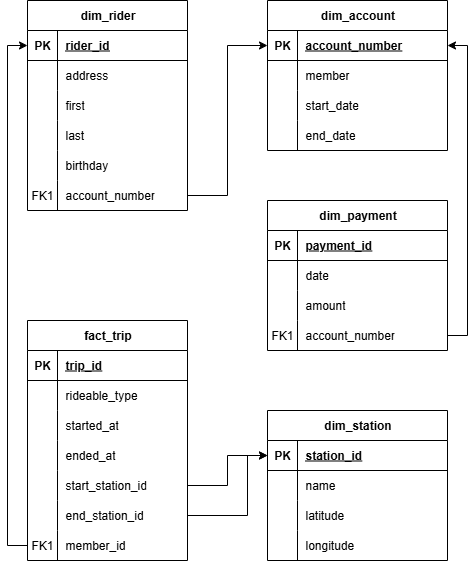
This is Task_02 Design a star schema.png from dannymirxa/Udacity_Data_Engineering_Bike_Share_Data_Analytics, a draw.io export, as it was before one commit. Source tidied: cells renumbered, new cells last; positions are measured from the earlier drawing's top-left corner, leaving out a move shared by most shapes.
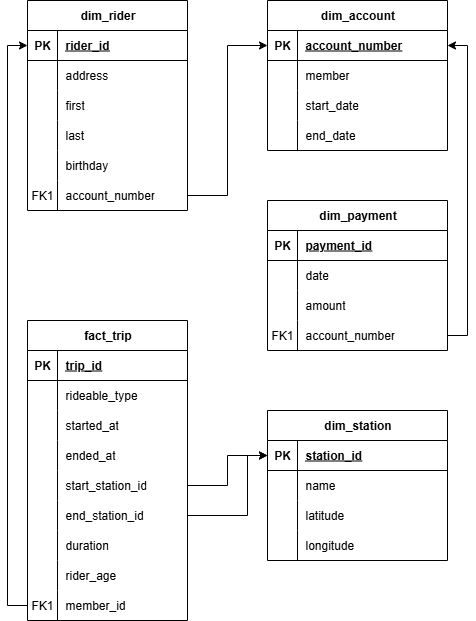
The same file after the commit.

Commit message:
update star schema

Change to the diagram source:
```diff
@@ -60,7 +60,7 @@
       <mxGeometry x="30" width="130" height="30" as="geometry" />
     </mxCell>
     <mxCell id="21" value="fact_trip" style="shape=table;startSize=30;rowLines=0;fontStyle=1;align=center;html=1;" parent="1" vertex="1">
-      <mxGeometry y="320" width="160" height="240" as="geometry" />
+      <mxGeometry y="320" width="160" height="300" as="geometry" />
     </mxCell>
     <mxCell id="22" style="shape=tableRow;horizontal=0;startSize=0;swimlaneHead=0;swimlaneBody=0;fillColor=none;top=0;left=0;right=0;bottom=1;" parent="21" vertex="1">
       <mxGeometry y="30" width="160" height="30" as="geometry" />
@@ -116,8 +116,26 @@
     <mxCell id="39" value="end_station_id" style="shape=partialRectangle;fillColor=none;top=0;left=0;bottom=0;right=0;align=left;spacingLeft=6;overflow=hidden;whiteSpace=wrap;html=1;" parent="37" vertex="1">
       <mxGeometry x="30" width="130" height="30" as="geometry" />
     </mxCell>
+    <mxCell id="87" style="shape=tableRow;horizontal=0;startSize=0;swimlaneHead=0;swimlaneBody=0;fillColor=none;top=0;left=0;right=0;bottom=0;" parent="21" vertex="1">
+      <mxGeometry y="210" width="160" height="30" as="geometry" />
+    </mxCell>
+    <mxCell id="88" style="shape=partialRectangle;fillColor=none;top=0;left=0;bottom=0;right=0;overflow=hidden;whiteSpace=wrap;html=1;" parent="87" vertex="1">
+      <mxGeometry width="30" height="30" as="geometry" />
+    </mxCell>
+    <mxCell id="89" value="duration" style="shape=partialRectangle;fillColor=none;top=0;left=0;bottom=0;right=0;align=left;spacingLeft=6;overflow=hidden;whiteSpace=wrap;html=1;" parent="87" vertex="1">
+      <mxGeometry x="30" width="130" height="30" as="geometry" />
+    </mxCell>
+    <mxCell id="90" style="shape=tableRow;horizontal=0;startSize=0;swimlaneHead=0;swimlaneBody=0;fillColor=none;top=0;left=0;right=0;bottom=0;" parent="21" vertex="1">
+      <mxGeometry y="240" width="160" height="30" as="geometry" />
+    </mxCell>
+    <mxCell id="91" style="shape=partialRectangle;fillColor=none;top=0;left=0;bottom=0;right=0;overflow=hidden;whiteSpace=wrap;html=1;" parent="90" vertex="1">
+      <mxGeometry width="30" height="30" as="geometry" />
+    </mxCell>
+    <mxCell id="92" value="rider_age" style="shape=partialRectangle;fillColor=none;top=0;left=0;bottom=0;right=0;align=left;spacingLeft=6;overflow=hidden;whiteSpace=wrap;html=1;" parent="90" vertex="1">
+      <mxGeometry x="30" width="130" height="30" as="geometry" />
+    </mxCell>
     <mxCell id="40" style="shape=tableRow;horizontal=0;startSize=0;swimlaneHead=0;swimlaneBody=0;fillColor=none;points=[[0,0.5],[1,0.5]];portConstraint=eastwest;top=0;left=0;right=0;bottom=0;" parent="21" vertex="1">
-      <mxGeometry y="210" width="160" height="30" as="geometry" />
+      <mxGeometry y="270" width="160" height="30" as="geometry" />
     </mxCell>
     <mxCell id="41" value="FK1" style="shape=partialRectangle;fillColor=none;top=0;left=0;bottom=0;right=0;overflow=hidden;whiteSpace=wrap;html=1;" parent="40" vertex="1">
       <mxGeometry width="30" height="30" as="geometry" />
```
